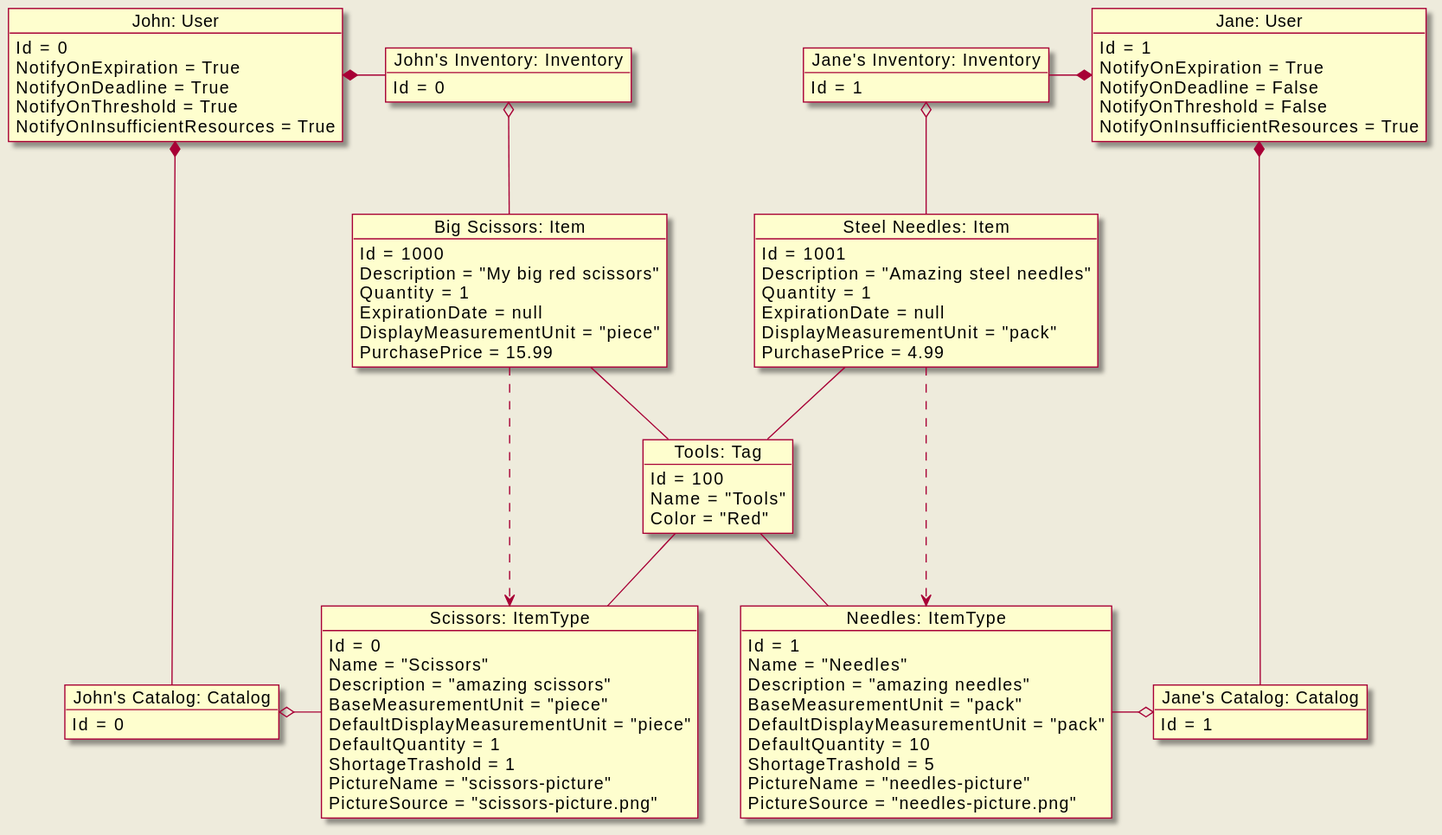
Earlier version of the PlantUML export diagrams/object.svg (Lingers-3/project). Source of this version:
```plantuml
@startuml
skin rose
skinparam backgroundColor #EEEBDC

object "John: User" as UserJohn {
    Id = 0
    NotifyOnExpiration = True
    NotifyOnDeadline = True
    NotifyOnThreshold = True
    NotifyOnInsufficientResources = True
}
object "Jane: User" as UserJane {
    Id = 1
    NotifyOnExpiration = True
    NotifyOnDeadline = False
    NotifyOnThreshold = False
    NotifyOnInsufficientResources = True
}

object "John's Catalog: Catalog" as JohnCatalog {
    Id = 0
}
object "Jane's Catalog: Catalog" as JaneCatalog {
    Id = 1
}

object "John's Inventory: Inventory" as JohnInventory {
    Id = 0
}
object "Jane's Inventory: Inventory" as JaneInventory {
    Id = 1
}

object "Tools: Tag" as TagTools {
    Id = 100
    Name = "Tools"
    Color = "Red"
}

object "Scissors: ItemType" as Scissors {
    Id = 0
    Name = "Scissors"
    Description = "amazing scissors"
    BaseMeasurementUnit = "piece"
    DefaultDisplayMeasurementUnit = "piece"
    DefaultQuantity = 1
    ShortageTrashold = 1
    PictureName = "scissors-picture"
    PictureSource = "scissors-picture.png"
}

object "Needles: ItemType" as Needles {
    Id = 1
    Name = "Needles"
    Description = "amazing needles"
    BaseMeasurementUnit = "pack"
    DefaultDisplayMeasurementUnit = "pack"
    DefaultQuantity = 10
    ShortageTrashold = 5
    PictureName = "needles-picture"
    PictureSource = "needles-picture.png"
}

object "Big Scissors: Item" as BigScissors {
    Id = 1000
    Description = "My big red scissors"
    Quantity = 1
    ExpirationDate = null
    DisplayMeasurementUnit = "piece"
    PurchasePrice = 15.99
}

object "Steel Needles: Item" as SteelNeedles {
    Id = 1001
    Description = "Amazing steel needles"
    Quantity = 1
    ExpirationDate = null
    DisplayMeasurementUnit = "pack"
    PurchasePrice = 4.99
}

UserJohn *--d-- JohnCatalog
UserJohn *-r- JohnInventory
JohnCatalog o-r- Scissors
JohnInventory o-- BigScissors
BigScissors ..> Scissors

UserJane *--d-- JaneCatalog
UserJane *-l- JaneInventory
JaneCatalog o-l- Needles
JaneInventory o-- SteelNeedles
SteelNeedles ..> Needles

TagTools -d- Scissors
TagTools -u- BigScissors
TagTools -d- Needles
TagTools -u- SteelNeedles
@enduml
```
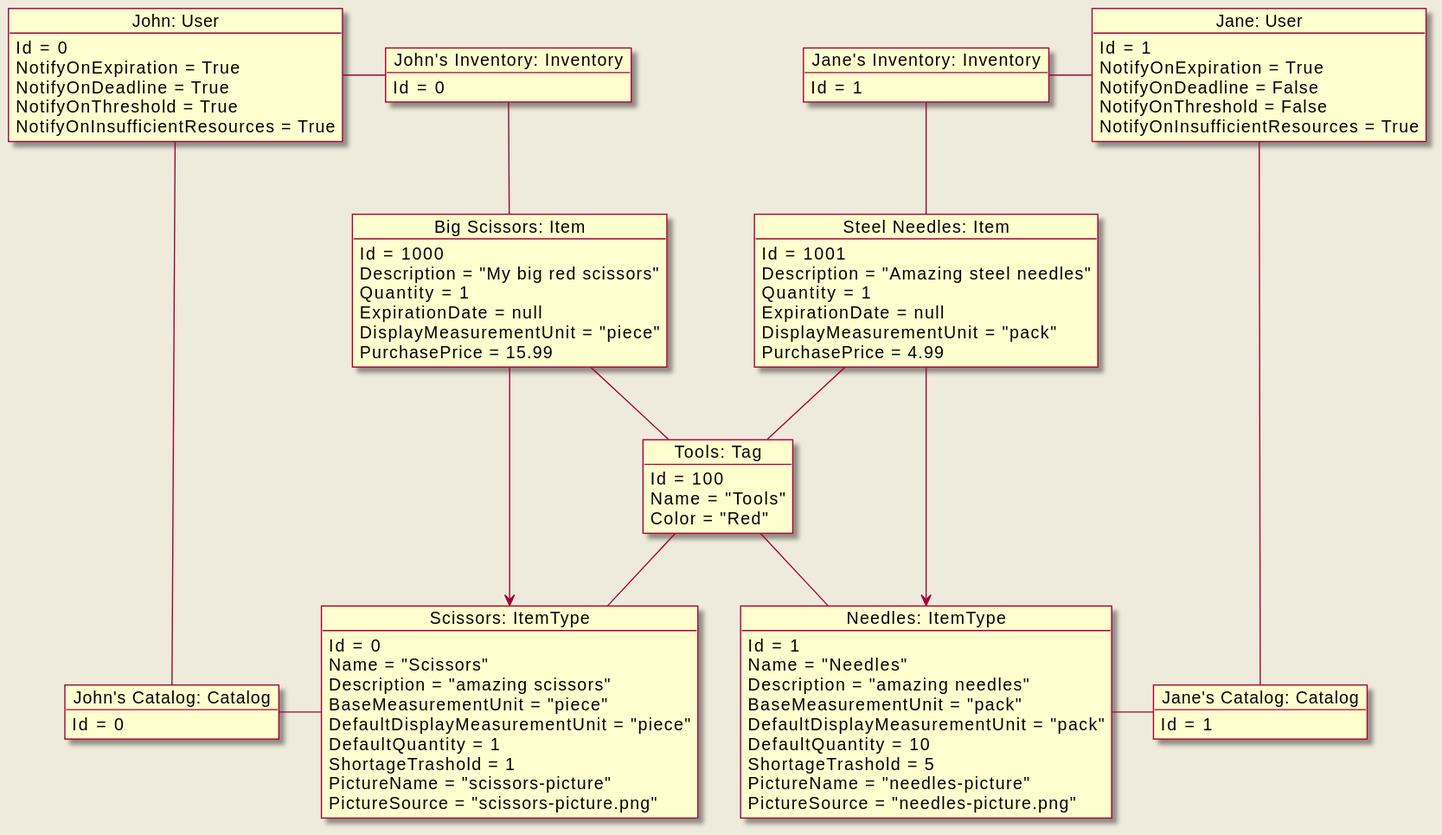
The same file after the commit.

Change to the diagram source:
```diff
@@ -79,17 +79,17 @@
     PurchasePrice = 4.99
 }
 
-UserJohn *--d-- JohnCatalog
-UserJohn *-r- JohnInventory
-JohnCatalog o-r- Scissors
-JohnInventory o-- BigScissors
-BigScissors ..> Scissors
+UserJohn --d-- JohnCatalog
+UserJohn -r- JohnInventory
+JohnCatalog -r- Scissors
+JohnInventory -- BigScissors
+BigScissors --> Scissors
 
-UserJane *--d-- JaneCatalog
-UserJane *-l- JaneInventory
-JaneCatalog o-l- Needles
-JaneInventory o-- SteelNeedles
-SteelNeedles ..> Needles
+UserJane --d-- JaneCatalog
+UserJane -l- JaneInventory
+JaneCatalog -l- Needles
+JaneInventory -- SteelNeedles
+SteelNeedles --> Needles
 
 TagTools -d- Scissors
 TagTools -u- BigScissors
```
